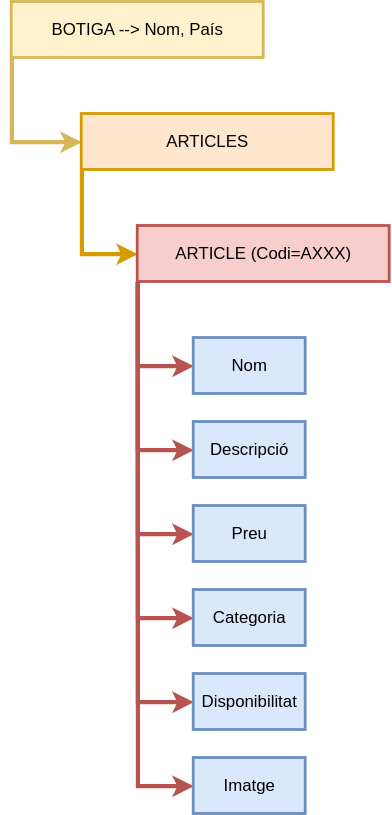
This is ACTIVITAT 1/Part 1/Arbre_xml.drawio.svg from 2526aniolbes-iticbcn/LMSGI_RA1, a draw.io export, as it was before one commit. Source tidied: cells renumbered, new cells last; positions are measured from the earlier drawing's top-left corner, leaving out a move shared by most shapes. Source of this version:
```xml
<mxGraphModel>
  <root>
    <mxCell id="0" />
    <mxCell id="1" parent="0" />
    <mxCell id="2" style="edgeStyle=orthogonalEdgeStyle;rounded=0;jettySize=auto;html=1;exitX=0;exitY=1;exitDx=0;exitDy=0;entryX=0;entryY=0.5;entryDx=0;entryDy=0;fillColor=#fff2cc;strokeColor=#d6b656;strokeWidth=3;" parent="1" edge="1" source="3" target="5">
      <mxGeometry relative="1" as="geometry" />
    </mxCell>
    <mxCell id="3" value="BOTIGA --&amp;gt; Nom, País" style="rounded=0;whiteSpace=wrap;html=1;fillColor=#fff2cc;strokeColor=#d6b656;perimeterSpacing=0;strokeWidth=2;" parent="1" vertex="1">
      <mxGeometry width="180" height="40" as="geometry" />
    </mxCell>
    <mxCell id="4" style="edgeStyle=orthogonalEdgeStyle;rounded=0;jettySize=auto;html=1;exitX=0;exitY=1;exitDx=0;exitDy=0;entryX=0;entryY=0.5;entryDx=0;entryDy=0;fillColor=#ffe6cc;strokeColor=#d79b00;strokeWidth=3;" parent="1" edge="1" source="5" target="12">
      <mxGeometry relative="1" as="geometry" />
    </mxCell>
    <mxCell id="5" value="ARTICLES" style="rounded=0;whiteSpace=wrap;html=1;fillColor=#ffe6cc;strokeColor=#d79b00;perimeterSpacing=0;strokeWidth=2;" parent="1" vertex="1">
      <mxGeometry x="50" y="80" width="180" height="40" as="geometry" />
    </mxCell>
    <mxCell id="6" style="edgeStyle=orthogonalEdgeStyle;rounded=0;jettySize=auto;html=1;exitX=0;exitY=1;exitDx=0;exitDy=0;entryX=0;entryY=0.5;entryDx=0;entryDy=0;fillColor=#f8cecc;strokeColor=#b85450;strokeWidth=3;" parent="1" edge="1" source="12" target="13">
      <mxGeometry relative="1" as="geometry">
        <Array as="points">
          <mxPoint x="90" y="260" />
        </Array>
      </mxGeometry>
    </mxCell>
    <mxCell id="7" style="edgeStyle=orthogonalEdgeStyle;rounded=0;jettySize=auto;html=1;exitX=0;exitY=1;exitDx=0;exitDy=0;entryX=0;entryY=0.5;entryDx=0;entryDy=0;fillColor=#f8cecc;strokeColor=#b85450;strokeWidth=3;" parent="1" edge="1" source="12" target="14">
      <mxGeometry relative="1" as="geometry">
        <Array as="points">
          <mxPoint x="90" y="320" />
        </Array>
      </mxGeometry>
    </mxCell>
    <mxCell id="8" style="edgeStyle=orthogonalEdgeStyle;rounded=0;jettySize=auto;html=1;exitX=0;exitY=1;exitDx=0;exitDy=0;entryX=0;entryY=0.5;entryDx=0;entryDy=0;fillColor=#f8cecc;strokeColor=#b85450;strokeWidth=3;" parent="1" edge="1" source="12" target="15">
      <mxGeometry relative="1" as="geometry">
        <Array as="points">
          <mxPoint x="90" y="380" />
        </Array>
      </mxGeometry>
    </mxCell>
    <mxCell id="9" style="edgeStyle=orthogonalEdgeStyle;rounded=0;jettySize=auto;html=1;exitX=0;exitY=1;exitDx=0;exitDy=0;entryX=0;entryY=0.5;entryDx=0;entryDy=0;fillColor=#f8cecc;strokeColor=#b85450;strokeWidth=3;" parent="1" edge="1" source="12" target="16">
      <mxGeometry relative="1" as="geometry">
        <Array as="points">
          <mxPoint x="90" y="440" />
        </Array>
      </mxGeometry>
    </mxCell>
    <mxCell id="10" style="edgeStyle=orthogonalEdgeStyle;rounded=0;jettySize=auto;html=1;exitX=0;exitY=1;exitDx=0;exitDy=0;entryX=0;entryY=0.5;entryDx=0;entryDy=0;fillColor=#f8cecc;strokeColor=#b85450;strokeWidth=3;" parent="1" edge="1" source="12" target="17">
      <mxGeometry relative="1" as="geometry">
        <Array as="points">
          <mxPoint x="90" y="500" />
        </Array>
      </mxGeometry>
    </mxCell>
    <mxCell id="11" style="edgeStyle=orthogonalEdgeStyle;rounded=0;jettySize=auto;html=1;exitX=0;exitY=1;exitDx=0;exitDy=0;entryX=0;entryY=0.5;entryDx=0;entryDy=0;fillColor=#f8cecc;strokeColor=#b85450;strokeWidth=3;" parent="1" edge="1" source="12" target="18">
      <mxGeometry relative="1" as="geometry">
        <Array as="points">
          <mxPoint x="90" y="560" />
        </Array>
      </mxGeometry>
    </mxCell>
    <mxCell id="12" value="ARTICLE (Codi=AXXX)" style="rounded=0;whiteSpace=wrap;html=1;fillColor=#f8cecc;strokeColor=#b85450;perimeterSpacing=0;strokeWidth=2;" parent="1" vertex="1">
      <mxGeometry x="90" y="160" width="180" height="40" as="geometry" />
    </mxCell>
    <mxCell id="13" value="Nom" style="rounded=0;whiteSpace=wrap;html=1;fillColor=#dae8fc;strokeColor=#6c8ebf;perimeterSpacing=0;strokeWidth=2;" parent="1" vertex="1">
      <mxGeometry x="130" y="240" width="80" height="40" as="geometry" />
    </mxCell>
    <mxCell id="14" value="Descripció" style="rounded=0;whiteSpace=wrap;html=1;fillColor=#dae8fc;strokeColor=#6c8ebf;perimeterSpacing=0;strokeWidth=2;" parent="1" vertex="1">
      <mxGeometry x="130" y="300" width="80" height="40" as="geometry" />
    </mxCell>
    <mxCell id="15" value="Preu" style="rounded=0;whiteSpace=wrap;html=1;fillColor=#dae8fc;strokeColor=#6c8ebf;perimeterSpacing=0;strokeWidth=2;" parent="1" vertex="1">
      <mxGeometry x="130" y="360" width="80" height="40" as="geometry" />
    </mxCell>
    <mxCell id="16" value="Categoria" style="rounded=0;whiteSpace=wrap;html=1;fillColor=#dae8fc;strokeColor=#6c8ebf;perimeterSpacing=0;strokeWidth=2;" parent="1" vertex="1">
      <mxGeometry x="130" y="420" width="80" height="40" as="geometry" />
    </mxCell>
    <mxCell id="17" value="Disponibilitat" style="rounded=0;whiteSpace=wrap;html=1;fillColor=#dae8fc;strokeColor=#6c8ebf;perimeterSpacing=0;strokeWidth=2;" parent="1" vertex="1">
      <mxGeometry x="130" y="480" width="80" height="40" as="geometry" />
    </mxCell>
    <mxCell id="18" value="Imatge" style="rounded=0;whiteSpace=wrap;html=1;fillColor=#dae8fc;strokeColor=#6c8ebf;perimeterSpacing=0;strokeWidth=2;" parent="1" vertex="1">
      <mxGeometry x="130" y="540" width="80" height="40" as="geometry" />
    </mxCell>
  </root>
</mxGraphModel>
```
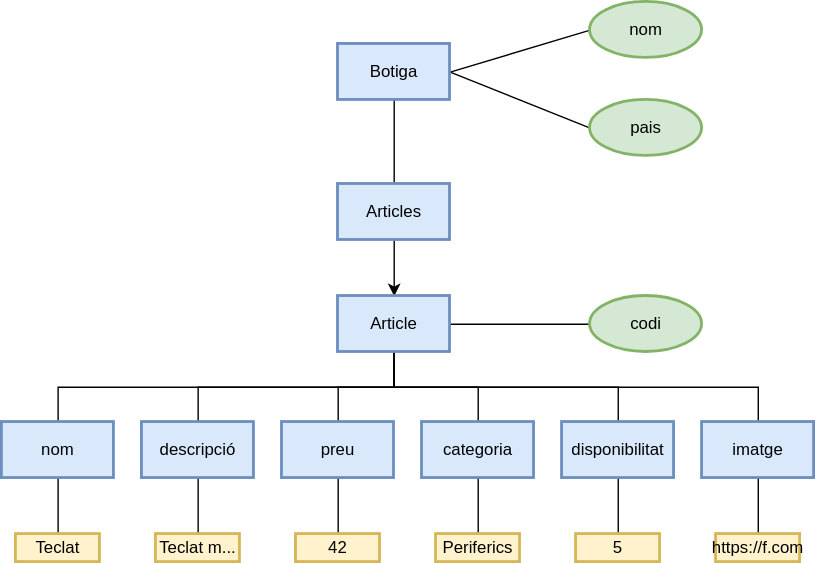
The same diagram one commit later.

Diff of the diagram source:
```diff
@@ -2,80 +2,110 @@
   <root>
     <mxCell id="0" />
     <mxCell id="1" parent="0" />
-    <mxCell id="2" style="edgeStyle=orthogonalEdgeStyle;rounded=0;jettySize=auto;html=1;exitX=0;exitY=1;exitDx=0;exitDy=0;entryX=0;entryY=0.5;entryDx=0;entryDy=0;fillColor=#fff2cc;strokeColor=#d6b656;strokeWidth=3;" parent="1" edge="1" source="3" target="5">
-      <mxGeometry relative="1" as="geometry" />
-    </mxCell>
-    <mxCell id="3" value="BOTIGA --&amp;gt; Nom, País" style="rounded=0;whiteSpace=wrap;html=1;fillColor=#fff2cc;strokeColor=#d6b656;perimeterSpacing=0;strokeWidth=2;" parent="1" vertex="1">
-      <mxGeometry width="180" height="40" as="geometry" />
-    </mxCell>
-    <mxCell id="4" style="edgeStyle=orthogonalEdgeStyle;rounded=0;jettySize=auto;html=1;exitX=0;exitY=1;exitDx=0;exitDy=0;entryX=0;entryY=0.5;entryDx=0;entryDy=0;fillColor=#ffe6cc;strokeColor=#d79b00;strokeWidth=3;" parent="1" edge="1" source="5" target="12">
-      <mxGeometry relative="1" as="geometry" />
-    </mxCell>
-    <mxCell id="5" value="ARTICLES" style="rounded=0;whiteSpace=wrap;html=1;fillColor=#ffe6cc;strokeColor=#d79b00;perimeterSpacing=0;strokeWidth=2;" parent="1" vertex="1">
-      <mxGeometry x="50" y="80" width="180" height="40" as="geometry" />
-    </mxCell>
-    <mxCell id="6" style="edgeStyle=orthogonalEdgeStyle;rounded=0;jettySize=auto;html=1;exitX=0;exitY=1;exitDx=0;exitDy=0;entryX=0;entryY=0.5;entryDx=0;entryDy=0;fillColor=#f8cecc;strokeColor=#b85450;strokeWidth=3;" parent="1" edge="1" source="12" target="13">
-      <mxGeometry relative="1" as="geometry">
-        <Array as="points">
-          <mxPoint x="90" y="260" />
-        </Array>
-      </mxGeometry>
-    </mxCell>
-    <mxCell id="7" style="edgeStyle=orthogonalEdgeStyle;rounded=0;jettySize=auto;html=1;exitX=0;exitY=1;exitDx=0;exitDy=0;entryX=0;entryY=0.5;entryDx=0;entryDy=0;fillColor=#f8cecc;strokeColor=#b85450;strokeWidth=3;" parent="1" edge="1" source="12" target="14">
-      <mxGeometry relative="1" as="geometry">
-        <Array as="points">
-          <mxPoint x="90" y="320" />
-        </Array>
-      </mxGeometry>
-    </mxCell>
-    <mxCell id="8" style="edgeStyle=orthogonalEdgeStyle;rounded=0;jettySize=auto;html=1;exitX=0;exitY=1;exitDx=0;exitDy=0;entryX=0;entryY=0.5;entryDx=0;entryDy=0;fillColor=#f8cecc;strokeColor=#b85450;strokeWidth=3;" parent="1" edge="1" source="12" target="15">
-      <mxGeometry relative="1" as="geometry">
-        <Array as="points">
-          <mxPoint x="90" y="380" />
-        </Array>
-      </mxGeometry>
-    </mxCell>
-    <mxCell id="9" style="edgeStyle=orthogonalEdgeStyle;rounded=0;jettySize=auto;html=1;exitX=0;exitY=1;exitDx=0;exitDy=0;entryX=0;entryY=0.5;entryDx=0;entryDy=0;fillColor=#f8cecc;strokeColor=#b85450;strokeWidth=3;" parent="1" edge="1" source="12" target="16">
-      <mxGeometry relative="1" as="geometry">
-        <Array as="points">
-          <mxPoint x="90" y="440" />
-        </Array>
-      </mxGeometry>
-    </mxCell>
-    <mxCell id="10" style="edgeStyle=orthogonalEdgeStyle;rounded=0;jettySize=auto;html=1;exitX=0;exitY=1;exitDx=0;exitDy=0;entryX=0;entryY=0.5;entryDx=0;entryDy=0;fillColor=#f8cecc;strokeColor=#b85450;strokeWidth=3;" parent="1" edge="1" source="12" target="17">
-      <mxGeometry relative="1" as="geometry">
-        <Array as="points">
-          <mxPoint x="90" y="500" />
-        </Array>
-      </mxGeometry>
-    </mxCell>
-    <mxCell id="11" style="edgeStyle=orthogonalEdgeStyle;rounded=0;jettySize=auto;html=1;exitX=0;exitY=1;exitDx=0;exitDy=0;entryX=0;entryY=0.5;entryDx=0;entryDy=0;fillColor=#f8cecc;strokeColor=#b85450;strokeWidth=3;" parent="1" edge="1" source="12" target="18">
-      <mxGeometry relative="1" as="geometry">
-        <Array as="points">
-          <mxPoint x="90" y="560" />
-        </Array>
-      </mxGeometry>
-    </mxCell>
-    <mxCell id="12" value="ARTICLE (Codi=AXXX)" style="rounded=0;whiteSpace=wrap;html=1;fillColor=#f8cecc;strokeColor=#b85450;perimeterSpacing=0;strokeWidth=2;" parent="1" vertex="1">
-      <mxGeometry x="90" y="160" width="180" height="40" as="geometry" />
-    </mxCell>
-    <mxCell id="13" value="Nom" style="rounded=0;whiteSpace=wrap;html=1;fillColor=#dae8fc;strokeColor=#6c8ebf;perimeterSpacing=0;strokeWidth=2;" parent="1" vertex="1">
-      <mxGeometry x="130" y="240" width="80" height="40" as="geometry" />
-    </mxCell>
-    <mxCell id="14" value="Descripció" style="rounded=0;whiteSpace=wrap;html=1;fillColor=#dae8fc;strokeColor=#6c8ebf;perimeterSpacing=0;strokeWidth=2;" parent="1" vertex="1">
-      <mxGeometry x="130" y="300" width="80" height="40" as="geometry" />
-    </mxCell>
-    <mxCell id="15" value="Preu" style="rounded=0;whiteSpace=wrap;html=1;fillColor=#dae8fc;strokeColor=#6c8ebf;perimeterSpacing=0;strokeWidth=2;" parent="1" vertex="1">
-      <mxGeometry x="130" y="360" width="80" height="40" as="geometry" />
-    </mxCell>
-    <mxCell id="16" value="Categoria" style="rounded=0;whiteSpace=wrap;html=1;fillColor=#dae8fc;strokeColor=#6c8ebf;perimeterSpacing=0;strokeWidth=2;" parent="1" vertex="1">
-      <mxGeometry x="130" y="420" width="80" height="40" as="geometry" />
-    </mxCell>
-    <mxCell id="17" value="Disponibilitat" style="rounded=0;whiteSpace=wrap;html=1;fillColor=#dae8fc;strokeColor=#6c8ebf;perimeterSpacing=0;strokeWidth=2;" parent="1" vertex="1">
-      <mxGeometry x="130" y="480" width="80" height="40" as="geometry" />
-    </mxCell>
-    <mxCell id="18" value="Imatge" style="rounded=0;whiteSpace=wrap;html=1;fillColor=#dae8fc;strokeColor=#6c8ebf;perimeterSpacing=0;strokeWidth=2;" parent="1" vertex="1">
-      <mxGeometry x="130" y="540" width="80" height="40" as="geometry" />
-    </mxCell>
+    <mxCell id="19" style="edgeStyle=orthogonalEdgeStyle;rounded=0;jettySize=auto;html=1;exitX=0.5;exitY=1;exitDx=0;exitDy=0;entryX=0.5;entryY=0;entryDx=0;entryDy=0;endArrow=none;endFill=0;" parent="1" edge="1" source="22" target="26">
+      <mxGeometry relative="1" as="geometry" />
+    </mxCell>
+    <mxCell id="20" style="rounded=0;jettySize=auto;html=1;exitX=1;exitY=0.5;exitDx=0;exitDy=0;entryX=0;entryY=0.5;entryDx=0;entryDy=0;endArrow=none;endFill=0;" parent="1" edge="1" source="22" target="23">
+      <mxGeometry relative="1" as="geometry" />
+    </mxCell>
+    <mxCell id="21" style="rounded=0;jettySize=auto;html=1;exitX=1;exitY=0.5;exitDx=0;exitDy=0;entryX=0;entryY=0.5;entryDx=0;entryDy=0;endArrow=none;endFill=0;" parent="1" edge="1" source="22" target="24">
+      <mxGeometry relative="1" as="geometry" />
+    </mxCell>
+    <mxCell id="22" value="Botiga" style="rounded=0;whiteSpace=wrap;html=1;fillColor=#dae8fc;strokeColor=#6c8ebf;perimeterSpacing=0;strokeWidth=2;" parent="1" vertex="1">
+      <mxGeometry x="130" y="20" width="80" height="40" as="geometry" />
+    </mxCell>
+    <mxCell id="23" value="nom" style="rounded=0;whiteSpace=wrap;html=1;fillColor=#d5e8d4;strokeColor=#82b366;perimeterSpacing=0;strokeWidth=2;shape=ellipse;perimeter=ellipsePerimeter;" parent="1" vertex="1">
+      <mxGeometry x="310" y="-10" width="80" height="40" as="geometry" />
+    </mxCell>
+    <mxCell id="24" value="pais" style="rounded=0;whiteSpace=wrap;html=1;fillColor=#d5e8d4;strokeColor=#82b366;perimeterSpacing=0;strokeWidth=2;shape=ellipse;perimeter=ellipsePerimeter;" parent="1" vertex="1">
+      <mxGeometry x="310" y="60" width="80" height="40" as="geometry" />
+    </mxCell>
+    <mxCell id="25" style="edgeStyle=orthogonalEdgeStyle;rounded=0;jettySize=auto;html=1;exitX=0.5;exitY=1;exitDx=0;exitDy=0;entryX=0.5;entryY=0;entryDx=0;entryDy=0;" parent="1" edge="1" source="26" target="34">
+      <mxGeometry relative="1" as="geometry" />
+    </mxCell>
+    <mxCell id="26" value="Articles" style="rounded=0;whiteSpace=wrap;html=1;fillColor=#dae8fc;strokeColor=#6c8ebf;perimeterSpacing=0;strokeWidth=2;" parent="1" vertex="1">
+      <mxGeometry x="130" y="120" width="80" height="40" as="geometry" />
+    </mxCell>
+    <mxCell id="27" style="edgeStyle=orthogonalEdgeStyle;rounded=0;jettySize=auto;html=1;exitX=1;exitY=0.5;exitDx=0;exitDy=0;entryX=0;entryY=0.5;entryDx=0;entryDy=0;endArrow=none;endFill=0;" parent="1" edge="1" source="34" target="35">
+      <mxGeometry relative="1" as="geometry" />
+    </mxCell>
+    <mxCell id="28" style="edgeStyle=orthogonalEdgeStyle;rounded=0;jettySize=auto;html=1;exitX=0.5;exitY=1;exitDx=0;exitDy=0;endArrow=none;endFill=0;" parent="1" edge="1" source="34" target="37">
+      <mxGeometry relative="1" as="geometry" />
+    </mxCell>
+    <mxCell id="29" style="edgeStyle=orthogonalEdgeStyle;rounded=0;jettySize=auto;html=1;exitX=0.5;exitY=1;exitDx=0;exitDy=0;entryX=0.5;entryY=0;entryDx=0;entryDy=0;endArrow=none;endFill=0;" parent="1" edge="1" source="34" target="39">
+      <mxGeometry relative="1" as="geometry" />
+    </mxCell>
+    <mxCell id="30" style="edgeStyle=orthogonalEdgeStyle;rounded=0;jettySize=auto;html=1;exitX=0.5;exitY=1;exitDx=0;exitDy=0;entryX=0.5;entryY=0;entryDx=0;entryDy=0;endArrow=none;endFill=0;" parent="1" edge="1" source="34" target="41">
+      <mxGeometry relative="1" as="geometry" />
+    </mxCell>
+    <mxCell id="31" style="edgeStyle=orthogonalEdgeStyle;rounded=0;jettySize=auto;html=1;exitX=0.5;exitY=1;exitDx=0;exitDy=0;entryX=0.5;entryY=0;entryDx=0;entryDy=0;endArrow=none;endFill=0;" parent="1" edge="1" source="34" target="43">
+      <mxGeometry relative="1" as="geometry" />
+    </mxCell>
+    <mxCell id="32" style="edgeStyle=orthogonalEdgeStyle;rounded=0;jettySize=auto;html=1;exitX=0.5;exitY=1;exitDx=0;exitDy=0;entryX=0.5;entryY=0;entryDx=0;entryDy=0;endArrow=none;endFill=0;" parent="1" edge="1" source="34" target="45">
+      <mxGeometry relative="1" as="geometry" />
+    </mxCell>
+    <mxCell id="33" style="edgeStyle=orthogonalEdgeStyle;rounded=0;jettySize=auto;html=1;exitX=0.5;exitY=1;exitDx=0;exitDy=0;entryX=0.5;entryY=0;entryDx=0;entryDy=0;endArrow=none;endFill=0;" parent="1" edge="1" source="34" target="47">
+      <mxGeometry relative="1" as="geometry" />
+    </mxCell>
+    <mxCell id="34" value="Article" style="rounded=0;whiteSpace=wrap;html=1;fillColor=#dae8fc;strokeColor=#6c8ebf;perimeterSpacing=0;strokeWidth=2;" parent="1" vertex="1">
+      <mxGeometry x="130" y="200" width="80" height="40" as="geometry" />
+    </mxCell>
+    <mxCell id="35" value="codi" style="rounded=0;whiteSpace=wrap;html=1;fillColor=#d5e8d4;strokeColor=#82b366;perimeterSpacing=0;strokeWidth=2;shape=ellipse;perimeter=ellipsePerimeter;" parent="1" vertex="1">
+      <mxGeometry x="310" y="200" width="80" height="40" as="geometry" />
+    </mxCell>
+    <mxCell id="36" style="edgeStyle=orthogonalEdgeStyle;rounded=0;jettySize=auto;html=1;exitX=0.5;exitY=1;exitDx=0;exitDy=0;entryX=0.5;entryY=0;entryDx=0;entryDy=0;endArrow=none;endFill=0;" parent="1" edge="1" source="37" target="48">
+      <mxGeometry relative="1" as="geometry" />
+    </mxCell>
+    <mxCell id="37" value="nom" style="rounded=0;whiteSpace=wrap;html=1;fillColor=#dae8fc;strokeColor=#6c8ebf;perimeterSpacing=0;strokeWidth=2;" parent="1" vertex="1">
+      <mxGeometry x="-110" y="290" width="80" height="40" as="geometry" />
+    </mxCell>
+    <mxCell id="38" style="edgeStyle=orthogonalEdgeStyle;rounded=0;jettySize=auto;html=1;exitX=0.5;exitY=1;exitDx=0;exitDy=0;entryX=0.5;entryY=0;entryDx=0;entryDy=0;endArrow=none;endFill=0;" parent="1" edge="1" source="39" target="49">
+      <mxGeometry relative="1" as="geometry" />
+    </mxCell>
+    <mxCell id="39" value="descripció" style="rounded=0;whiteSpace=wrap;html=1;fillColor=#dae8fc;strokeColor=#6c8ebf;perimeterSpacing=0;strokeWidth=2;" parent="1" vertex="1">
+      <mxGeometry x="-10" y="290" width="80" height="40" as="geometry" />
+    </mxCell>
+    <mxCell id="40" style="edgeStyle=orthogonalEdgeStyle;rounded=0;jettySize=auto;html=1;exitX=0.5;exitY=1;exitDx=0;exitDy=0;entryX=0.5;entryY=0;entryDx=0;entryDy=0;endArrow=none;endFill=0;" parent="1" edge="1" source="41" target="50">
+      <mxGeometry relative="1" as="geometry" />
+    </mxCell>
+    <mxCell id="41" value="preu" style="rounded=0;whiteSpace=wrap;html=1;fillColor=#dae8fc;strokeColor=#6c8ebf;perimeterSpacing=0;strokeWidth=2;" parent="1" vertex="1">
+      <mxGeometry x="90" y="290" width="80" height="40" as="geometry" />
+    </mxCell>
+    <mxCell id="42" style="edgeStyle=orthogonalEdgeStyle;rounded=0;jettySize=auto;html=1;exitX=0.5;exitY=1;exitDx=0;exitDy=0;entryX=0.5;entryY=0;entryDx=0;entryDy=0;endArrow=none;endFill=0;" parent="1" edge="1" source="43" target="51">
+      <mxGeometry relative="1" as="geometry" />
+    </mxCell>
+    <mxCell id="43" value="categoria" style="rounded=0;whiteSpace=wrap;html=1;fillColor=#dae8fc;strokeColor=#6c8ebf;perimeterSpacing=0;strokeWidth=2;" parent="1" vertex="1">
+      <mxGeometry x="190" y="290" width="80" height="40" as="geometry" />
+    </mxCell>
+    <mxCell id="44" style="edgeStyle=orthogonalEdgeStyle;rounded=0;jettySize=auto;html=1;exitX=0.5;exitY=1;exitDx=0;exitDy=0;entryX=0.5;entryY=0;entryDx=0;entryDy=0;endArrow=none;endFill=0;" parent="1" edge="1" source="45" target="52">
+      <mxGeometry relative="1" as="geometry" />
+    </mxCell>
+    <mxCell id="45" value="disponibilitat" style="rounded=0;whiteSpace=wrap;html=1;fillColor=#dae8fc;strokeColor=#6c8ebf;perimeterSpacing=0;strokeWidth=2;" parent="1" vertex="1">
+      <mxGeometry x="290" y="290" width="80" height="40" as="geometry" />
+    </mxCell>
+    <mxCell id="46" style="edgeStyle=orthogonalEdgeStyle;rounded=0;jettySize=auto;html=1;exitX=0.5;exitY=1;exitDx=0;exitDy=0;entryX=0.5;entryY=0;entryDx=0;entryDy=0;endArrow=none;endFill=0;" parent="1" edge="1" source="47" target="53">
+      <mxGeometry relative="1" as="geometry" />
+    </mxCell>
+    <mxCell id="47" value="imatge" style="rounded=0;whiteSpace=wrap;html=1;fillColor=#dae8fc;strokeColor=#6c8ebf;perimeterSpacing=0;strokeWidth=2;" parent="1" vertex="1">
+      <mxGeometry x="390" y="290" width="80" height="40" as="geometry" />
+    </mxCell>
+    <mxCell id="48" value="Teclat" style="rounded=0;whiteSpace=wrap;html=1;fillColor=#fff2cc;strokeColor=#d6b656;perimeterSpacing=0;strokeWidth=2;" parent="1" vertex="1">
+      <mxGeometry x="-100" y="370" width="60" height="20" as="geometry" />
+    </mxCell>
+    <mxCell id="49" value="Teclat m..." style="rounded=0;whiteSpace=wrap;html=1;fillColor=#fff2cc;strokeColor=#d6b656;perimeterSpacing=0;strokeWidth=2;" parent="1" vertex="1">
+      <mxGeometry y="370" width="60" height="20" as="geometry" />
+    </mxCell>
+    <mxCell id="50" value="42" style="rounded=0;whiteSpace=wrap;html=1;fillColor=#fff2cc;strokeColor=#d6b656;perimeterSpacing=0;strokeWidth=2;" parent="1" vertex="1">
+      <mxGeometry x="100" y="370" width="60" height="20" as="geometry" />
+    </mxCell>
+    <mxCell id="51" value="Periferics" style="rounded=0;whiteSpace=wrap;html=1;fillColor=#fff2cc;strokeColor=#d6b656;perimeterSpacing=0;strokeWidth=2;" parent="1" vertex="1">
+      <mxGeometry x="200" y="370" width="60" height="20" as="geometry" />
+    </mxCell>
+    <mxCell id="52" value="5" style="rounded=0;whiteSpace=wrap;html=1;fillColor=#fff2cc;strokeColor=#d6b656;perimeterSpacing=0;strokeWidth=2;" parent="1" vertex="1">
+      <mxGeometry x="300" y="370" width="60" height="20" as="geometry" />
+    </mxCell>
+    <mxCell id="53" value="https://f.com" style="rounded=0;whiteSpace=wrap;html=1;fillColor=#fff2cc;strokeColor=#d6b656;perimeterSpacing=0;strokeWidth=2;" parent="1" vertex="1">
+      <mxGeometry x="400" y="370" width="60" height="20" as="geometry" />
+    </mxCell>
   </root>
 </mxGraphModel>
```
